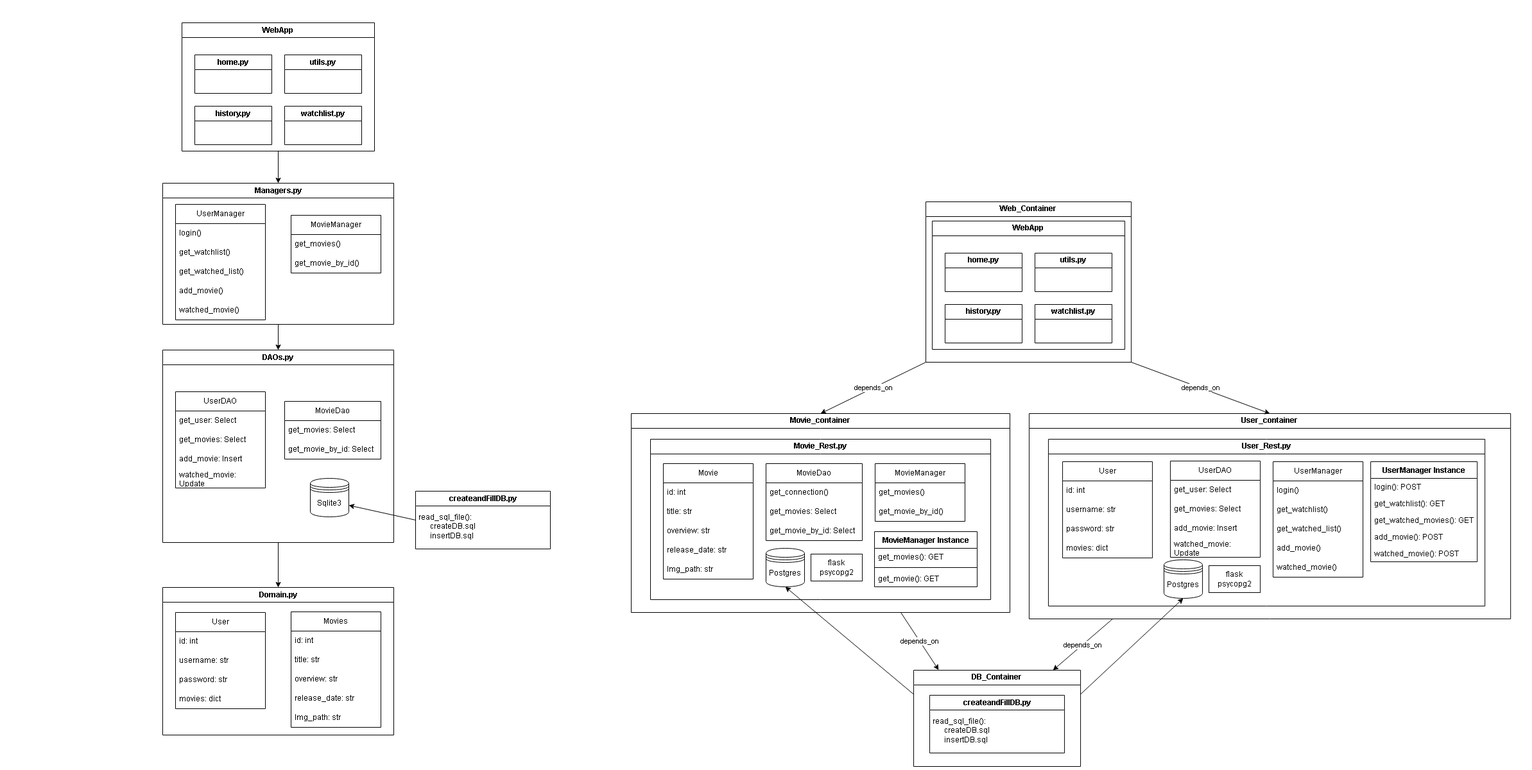
The draw.io diagram img/Monolith_and_Microservice.png in kathi-munk/clc3-project, before a commit. Source tidied: cells renumbered, new cells last; positions are measured from the earlier drawing's top-left corner, leaving out a move shared by most shapes.
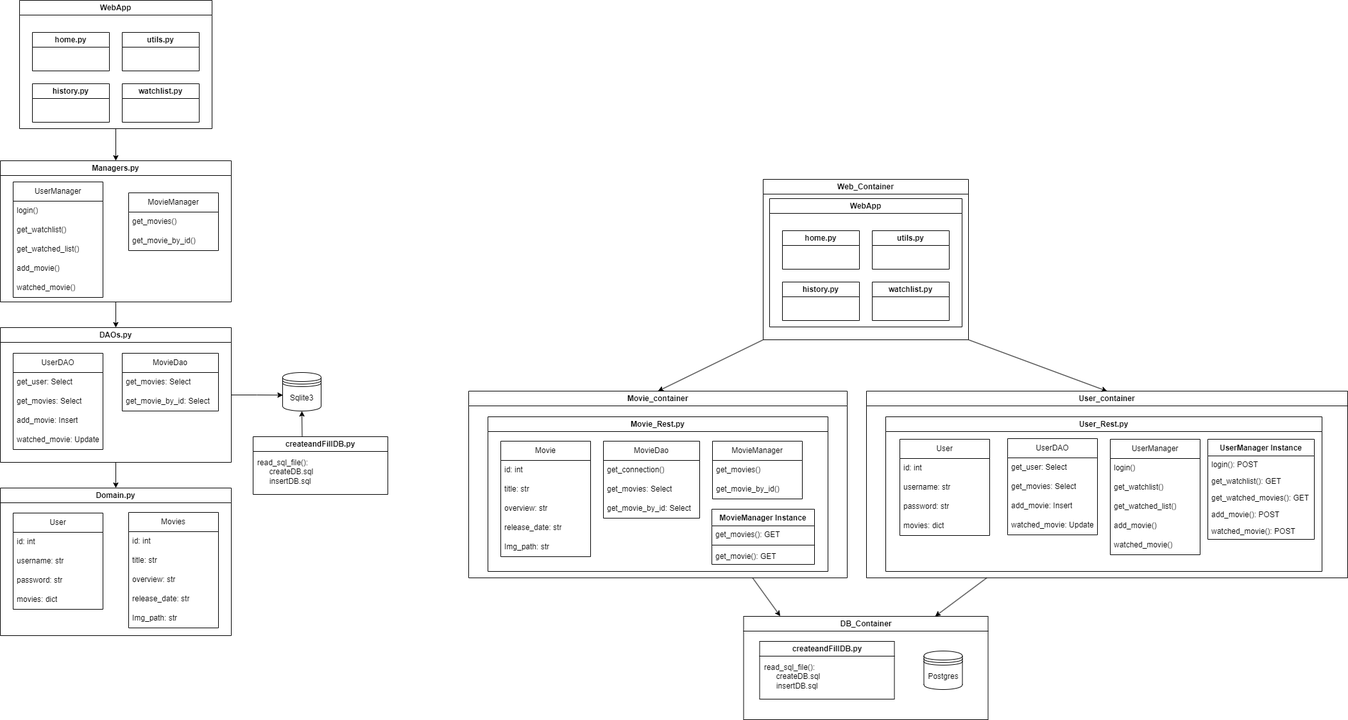
After the change.

Change to the diagram source:
```diff
@@ -2,11 +2,14 @@
   <root>
     <mxCell id="0" />
     <mxCell id="1" parent="0" />
+    <mxCell id="107" style="edgeStyle=orthogonalEdgeStyle;rounded=0;jettySize=auto;html=1;entryX=0.008;entryY=0.587;entryDx=0;entryDy=0;entryPerimeter=0;" parent="1" edge="1" source="2" target="11">
+      <mxGeometry relative="1" as="geometry" />
+    </mxCell>
     <mxCell id="2" value="DAOs.py" style="swimlane;whiteSpace=wrap;html=1;" parent="1" vertex="1">
-      <mxGeometry y="510" width="360" height="300" as="geometry" />
+      <mxGeometry y="510" width="360" height="210" as="geometry" />
     </mxCell>
     <mxCell id="3" value="MovieDao" style="swimlane;fontStyle=0;horizontal=1;startSize=30;whiteSpace=wrap;html=1;" parent="2" vertex="1">
-      <mxGeometry x="190" y="80" width="150" height="90" as="geometry" />
+      <mxGeometry x="190" y="40" width="150" height="90" as="geometry" />
     </mxCell>
     <mxCell id="4" value="get_movies: Select" style="text;strokeColor=none;fillColor=none;align=left;verticalAlign=middle;spacingLeft=4;spacingRight=4;overflow=hidden;whiteSpace=wrap;html=1;" parent="3" vertex="1">
       <mxGeometry y="30" width="150" height="30" as="geometry" />
@@ -15,7 +18,7 @@
       <mxGeometry y="60" width="150" height="30" as="geometry" />
     </mxCell>
     <mxCell id="6" value="UserDAO" style="swimlane;fontStyle=0;horizontal=1;startSize=30;whiteSpace=wrap;html=1;" parent="2" vertex="1">
-      <mxGeometry x="20" y="65" width="140" height="150" as="geometry" />
+      <mxGeometry x="20" y="40" width="140" height="150" as="geometry" />
     </mxCell>
     <mxCell id="7" value="get_user: Select" style="text;strokeColor=none;fillColor=none;align=left;verticalAlign=middle;spacingLeft=4;spacingRight=4;overflow=hidden;whiteSpace=wrap;html=1;" parent="6" vertex="1">
       <mxGeometry y="30" width="140" height="30" as="geometry" />
@@ -29,9 +32,6 @@
     <mxCell id="10" value="watched_movie: Update" style="text;strokeColor=none;fillColor=none;align=left;verticalAlign=middle;spacingLeft=4;spacingRight=4;overflow=hidden;whiteSpace=wrap;html=1;" parent="6" vertex="1">
       <mxGeometry y="120" width="140" height="30" as="geometry" />
     </mxCell>
-    <mxCell id="11" value="Sqlite3" style="shape=datastore;whiteSpace=wrap;html=1;" parent="2" vertex="1">
-      <mxGeometry x="230" y="200" width="60" height="60" as="geometry" />
-    </mxCell>
     <mxCell id="12" value="MovieManager" style="swimlane;fontStyle=0;horizontal=1;startSize=30;whiteSpace=wrap;html=1;" parent="1" vertex="1">
       <mxGeometry x="200" y="300" width="140" height="90" as="geometry" />
     </mxCell>
@@ -63,7 +63,7 @@
       <mxGeometry y="150" width="140" height="30" as="geometry" />
     </mxCell>
     <mxCell id="22" value="Movies" style="swimlane;fontStyle=0;horizontal=1;startSize=30;whiteSpace=wrap;html=1;" parent="1" vertex="1">
-      <mxGeometry x="200" y="918" width="140" height="180" as="geometry" />
+      <mxGeometry x="200" y="798" width="140" height="180" as="geometry" />
     </mxCell>
     <mxCell id="23" value="id: int" style="text;strokeColor=none;fillColor=none;align=left;verticalAlign=middle;spacingLeft=4;spacingRight=4;overflow=hidden;whiteSpace=wrap;html=1;" parent="22" vertex="1">
       <mxGeometry y="30" width="140" height="30" as="geometry" />
@@ -81,7 +81,7 @@
       <mxGeometry y="150" width="140" height="30" as="geometry" />
     </mxCell>
     <mxCell id="28" value="Domain.py" style="swimlane;whiteSpace=wrap;html=1;startSize=23;" parent="1" vertex="1">
-      <mxGeometry y="880" width="360" height="230" as="geometry" />
+      <mxGeometry y="760" width="360" height="230" as="geometry" />
     </mxCell>
     <mxCell id="29" value="User" style="swimlane;fontStyle=0;horizontal=1;startSize=30;whiteSpace=wrap;html=1;" parent="28" vertex="1">
       <mxGeometry x="20" y="39" width="140" height="150" as="geometry" />
@@ -126,7 +126,7 @@
       </mxGeometry>
     </mxCell>
     <mxCell id="42" value="Movie_Rest.py" style="swimlane;whiteSpace=wrap;html=1;startSize=23;" parent="1" vertex="1">
-      <mxGeometry x="760" y="649" width="530" height="250" as="geometry" />
+      <mxGeometry x="760" y="649" width="530" height="241" as="geometry" />
     </mxCell>
     <mxCell id="43" value="MovieDao" style="swimlane;fontStyle=0;horizontal=1;startSize=30;whiteSpace=wrap;html=1;" parent="42" vertex="1">
       <mxGeometry x="180" y="38" width="150" height="120" as="geometry" />
@@ -167,14 +167,8 @@
     <mxCell id="55" value="Img_path: str" style="text;strokeColor=none;fillColor=none;align=left;verticalAlign=middle;spacingLeft=4;spacingRight=4;overflow=hidden;whiteSpace=wrap;html=1;" parent="50" vertex="1">
       <mxGeometry y="150" width="140" height="30" as="geometry" />
     </mxCell>
-    <mxCell id="56" value="Postgres" style="shape=datastore;whiteSpace=wrap;html=1;" parent="42" vertex="1">
-      <mxGeometry x="180" y="170" width="60" height="60" as="geometry" />
-    </mxCell>
-    <mxCell id="57" value="flask&lt;br&gt;psycopg2" style="rounded=0;whiteSpace=wrap;html=1;" parent="42" vertex="1">
-      <mxGeometry x="250" y="179" width="80" height="42" as="geometry" />
-    </mxCell>
     <mxCell id="58" value="Movie_container" style="swimlane;whiteSpace=wrap;html=1;" parent="1" vertex="1">
-      <mxGeometry x="730" y="609" width="590" height="310" as="geometry" />
+      <mxGeometry x="730" y="609" width="590" height="291" as="geometry" />
     </mxCell>
     <mxCell id="59" value="MovieManager Instance" style="swimlane;fontStyle=1;align=center;verticalAlign=top;horizontal=1;startSize=26;whiteSpace=wrap;html=1;" parent="1" vertex="1">
       <mxGeometry x="1109" y="793" width="160" height="86" as="geometry" />
@@ -189,10 +183,10 @@
       <mxGeometry y="60" width="160" height="26" as="geometry" />
     </mxCell>
     <mxCell id="63" value="User_Rest.py" style="swimlane;whiteSpace=wrap;html=1;startSize=23;" parent="1" vertex="1">
-      <mxGeometry x="1380" y="649" width="680" height="260" as="geometry" />
+      <mxGeometry x="1380" y="649" width="680" height="241" as="geometry" />
     </mxCell>
     <mxCell id="64" value="User_container" style="swimlane;whiteSpace=wrap;html=1;" parent="1" vertex="1">
-      <mxGeometry x="1350" y="609" width="750" height="320" as="geometry" />
+      <mxGeometry x="1350" y="609" width="750" height="291" as="geometry" />
     </mxCell>
     <mxCell id="65" value="UserDAO" style="swimlane;fontStyle=0;horizontal=1;startSize=30;whiteSpace=wrap;html=1;" parent="64" vertex="1">
       <mxGeometry x="220" y="74" width="140" height="150" as="geometry" />
@@ -209,12 +203,6 @@
     <mxCell id="69" value="watched_movie: Update" style="text;strokeColor=none;fillColor=none;align=left;verticalAlign=middle;spacingLeft=4;spacingRight=4;overflow=hidden;whiteSpace=wrap;html=1;" parent="65" vertex="1">
       <mxGeometry y="120" width="140" height="30" as="geometry" />
     </mxCell>
-    <mxCell id="70" value="Postgres" style="shape=datastore;whiteSpace=wrap;html=1;" parent="64" vertex="1">
-      <mxGeometry x="210" y="228" width="60" height="60" as="geometry" />
-    </mxCell>
-    <mxCell id="71" value="flask&lt;br&gt;psycopg2" style="rounded=0;whiteSpace=wrap;html=1;" parent="64" vertex="1">
-      <mxGeometry x="280" y="237" width="80" height="42" as="geometry" />
-    </mxCell>
     <mxCell id="72" value="User" style="swimlane;fontStyle=0;horizontal=1;startSize=30;whiteSpace=wrap;html=1;" parent="64" vertex="1">
       <mxGeometry x="52" y="75" width="140" height="150" as="geometry" />
     </mxCell>
@@ -285,16 +273,16 @@
       <mxGeometry x="1189" y="279" width="320" height="250" as="geometry" />
     </mxCell>
     <mxCell id="95" value="createandFillDB.py" style="swimlane;whiteSpace=wrap;html=1;" parent="1" vertex="1">
-      <mxGeometry x="394" y="730" width="210" height="90" as="geometry" />
+      <mxGeometry x="394" y="680" width="210" height="90" as="geometry" />
     </mxCell>
     <mxCell id="96" value="read_sql_file():&lt;br&gt;&lt;span style=&quot;white-space: pre;&quot;&gt;&#9;&lt;/span&gt;createDB.sql&lt;br&gt;&lt;span style=&quot;white-space: pre;&quot;&gt;&#9;&lt;/span&gt;insertDB.sql&amp;nbsp;" style="text;html=1;align=center;verticalAlign=middle;strokeColor=none;fillColor=none;" parent="95" vertex="1">
       <mxGeometry x="-14" y="25" width="120" height="60" as="geometry" />
     </mxCell>
-    <mxCell id="97" style="endArrow=classic;html=1;rounded=0;entryX=1;entryY=0.7;entryDx=0;entryDy=0;exitX=0;exitY=0.5;exitDx=0;exitDy=0;" parent="1" edge="1" source="95" target="11">
+    <mxCell id="97" style="endArrow=classic;html=1;rounded=0;entryX=0.5;entryY=1;entryDx=0;entryDy=0;exitX=0.364;exitY=0.001;exitDx=0;exitDy=0;exitPerimeter=0;" parent="1" edge="1" source="95" target="11">
       <mxGeometry relative="1" as="geometry" />
     </mxCell>
     <mxCell id="98" value="DB_Container" style="swimlane;whiteSpace=wrap;html=1;" parent="1" vertex="1">
-      <mxGeometry x="1170" y="1009" width="260" height="150" as="geometry" />
+      <mxGeometry x="1158.5" y="960" width="381" height="161" as="geometry" />
     </mxCell>
     <mxCell id="99" value="createandFillDB.py" style="swimlane;whiteSpace=wrap;html=1;" parent="98" vertex="1">
       <mxGeometry x="25" y="39" width="210" height="90" as="geometry" />
@@ -302,27 +290,23 @@
     <mxCell id="100" value="read_sql_file():&lt;br&gt;&lt;span style=&quot;white-space: pre;&quot;&gt;&#9;&lt;/span&gt;createDB.sql&lt;br&gt;&lt;span style=&quot;white-space: pre;&quot;&gt;&#9;&lt;/span&gt;insertDB.sql&amp;nbsp;" style="text;html=1;align=center;verticalAlign=middle;strokeColor=none;fillColor=none;" parent="99" vertex="1">
       <mxGeometry x="-14" y="25" width="120" height="60" as="geometry" />
     </mxCell>
-    <mxCell id="101" style="endArrow=classic;html=1;rounded=0;exitX=0;exitY=0.25;exitDx=0;exitDy=0;entryX=0.5;entryY=1;entryDx=0;entryDy=0;" parent="1" edge="1" source="98" target="56">
-      <mxGeometry relative="1" as="geometry" />
-    </mxCell>
-    <mxCell id="102" style="endArrow=classic;html=1;rounded=0;exitX=1;exitY=0.25;exitDx=0;exitDy=0;entryX=0.5;entryY=1;entryDx=0;entryDy=0;" parent="1" edge="1" source="98" target="70">
-      <mxGeometry relative="1" as="geometry" />
-    </mxCell>
+    <mxCell id="108" value="Postgres" style="shape=datastore;whiteSpace=wrap;html=1;" parent="98" vertex="1">
+      <mxGeometry x="281" y="54" width="60" height="60" as="geometry" />
+    </mxCell>
-    <mxCell id="103" value="depends_on" style="endArrow=classic;html=1;rounded=0;exitX=0;exitY=1;exitDx=0;exitDy=0;entryX=0.5;entryY=0;entryDx=0;entryDy=0;" parent="1" edge="1" source="94" target="58">
+    <mxCell id="103" style="endArrow=classic;html=1;rounded=0;exitX=0;exitY=1;exitDx=0;exitDy=0;entryX=0.5;entryY=0;entryDx=0;entryDy=0;" parent="1" edge="1" source="94" target="58">
       <mxGeometry relative="1" as="geometry" />
     </mxCell>
-    <mxCell id="104" value="depends_on" style="endArrow=classic;html=1;rounded=0;exitX=1;exitY=1;exitDx=0;exitDy=0;entryX=0.5;entryY=0;entryDx=0;entryDy=0;" parent="1" edge="1" source="94" target="64">
+    <mxCell id="104" style="endArrow=classic;html=1;rounded=0;exitX=1;exitY=1;exitDx=0;exitDy=0;entryX=0.5;entryY=0;entryDx=0;entryDy=0;" parent="1" edge="1" source="94" target="64">
       <mxGeometry relative="1" as="geometry" />
     </mxCell>
-    <mxCell id="105" value="depends_on" style="endArrow=classic;html=1;rounded=0;entryX=0.15;entryY=-0.002;entryDx=0;entryDy=0;entryPerimeter=0;" parent="1" edge="1" target="98">
-      <mxGeometry relative="1" as="geometry">
-        <mxPoint x="1150" y="919" as="sourcePoint" />
-      </mxGeometry>
+    <mxCell id="105" style="endArrow=classic;html=1;rounded=0;entryX=0.15;entryY=-0.002;entryDx=0;entryDy=0;entryPerimeter=0;exitX=0.75;exitY=1;exitDx=0;exitDy=0;" parent="1" edge="1" source="58" target="98">
+      <mxGeometry relative="1" as="geometry" />
     </mxCell>
-    <mxCell id="106" value="depends_on" style="endArrow=classic;html=1;rounded=0;" parent="1" edge="1" target="98">
-      <mxGeometry relative="1" as="geometry">
-        <mxPoint x="1480" y="929" as="sourcePoint" />
-      </mxGeometry>
+    <mxCell id="106" style="endArrow=classic;html=1;rounded=0;exitX=0.25;exitY=1;exitDx=0;exitDy=0;" parent="1" edge="1" source="64" target="98">
+      <mxGeometry relative="1" as="geometry" />
     </mxCell>
+    <mxCell id="11" value="Sqlite3" style="shape=datastore;whiteSpace=wrap;html=1;" parent="1" vertex="1">
+      <mxGeometry x="440" y="580" width="60" height="60" as="geometry" />
+    </mxCell>
   </root>
 </mxGraphModel>
```
